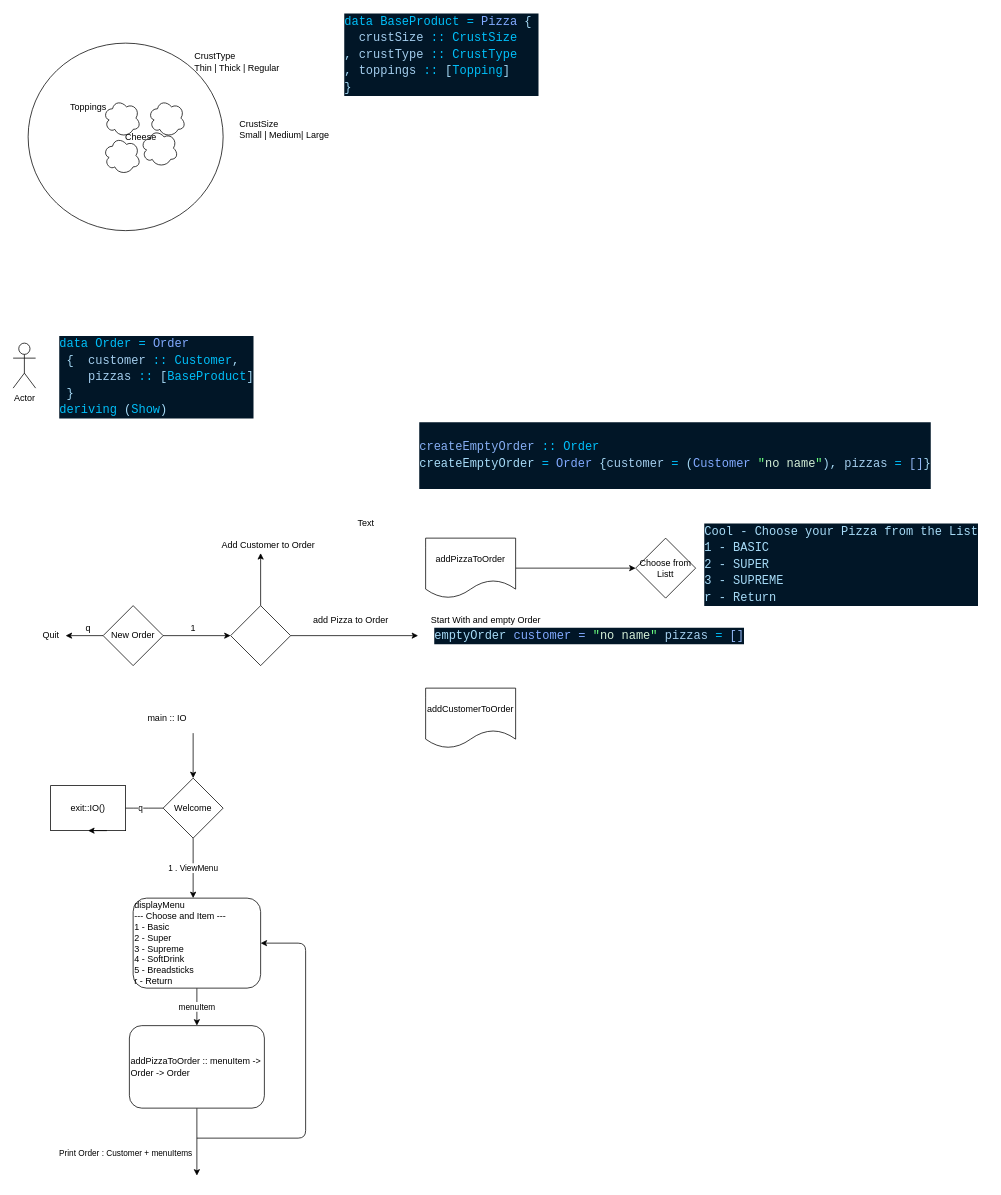
The draw.io diagram Pizza.drawio in hoosainmadhi/Pizza, before the edit. Source tidied: cells renumbered, new cells numbered last; positions are measured from the earlier drawing's top-left corner, leaving out a move shared by most shapes. Both pictures are drawn from the tidied source at 75%, with x=0, y=0 at pixel (13, 13).
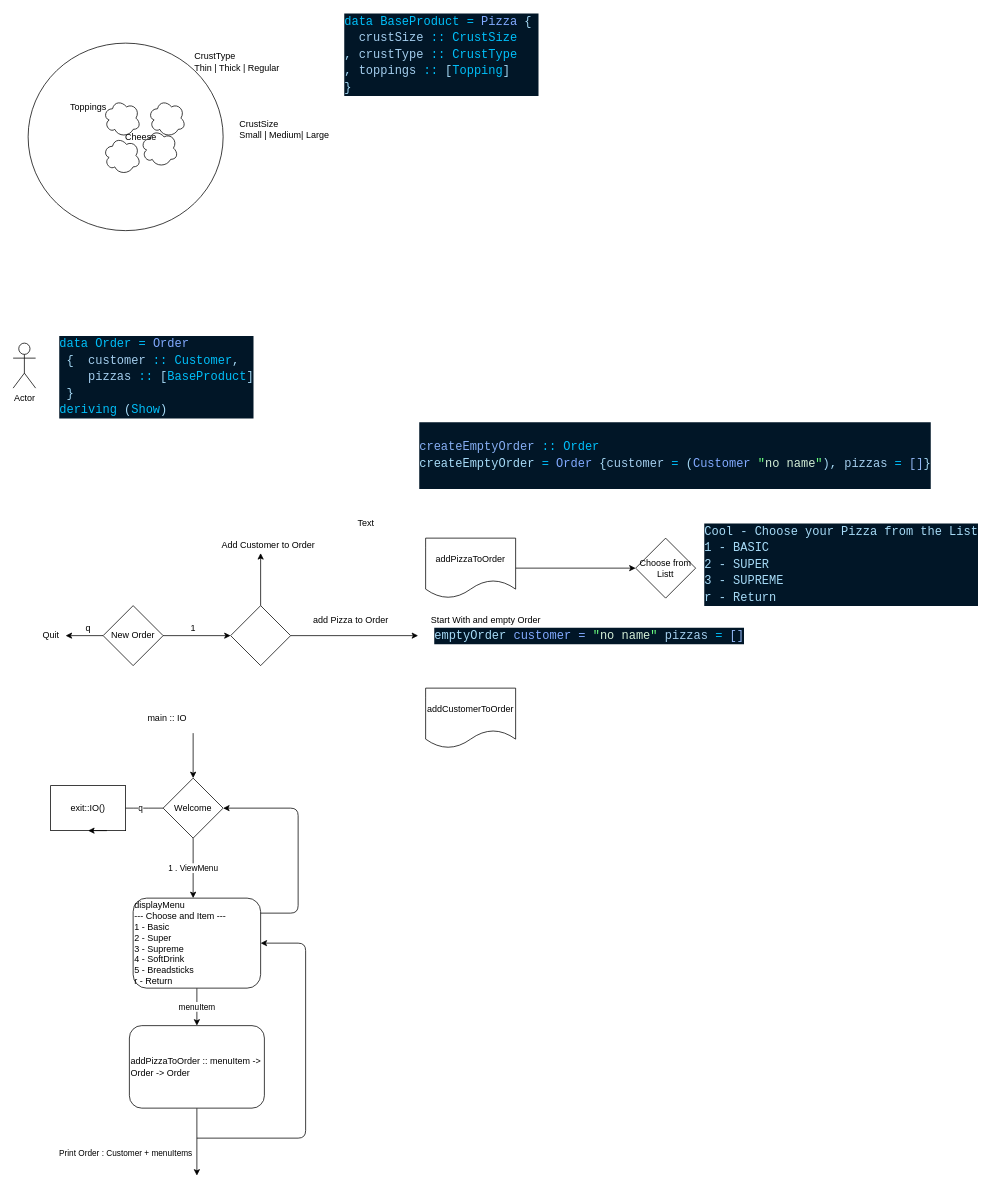
After the change.

Unchanged cells that the change refers to:
```xml
<mxCell id="37" value="Welcome" style="rhombus;whiteSpace=wrap;html=1;" parent="1" vertex="1">
  <mxGeometry x="200" y="1020" width="80" height="80" as="geometry" />
</mxCell>
```

What changed in the source:
```diff
@@
+    <mxCell id="46" style="edgeStyle=none;html=1;entryX=1;entryY=0.5;entryDx=0;entryDy=0;" parent="1" edge="1" target="37">
+      <mxGeometry relative="1" as="geometry">
+        <mxPoint x="330" y="1200" as="sourcePoint" />
+        <Array as="points">
+          <mxPoint x="380" y="1200" />
+          <mxPoint x="380" y="1060" />
+        </Array>
+      </mxGeometry>
+    </mxCell>
```
